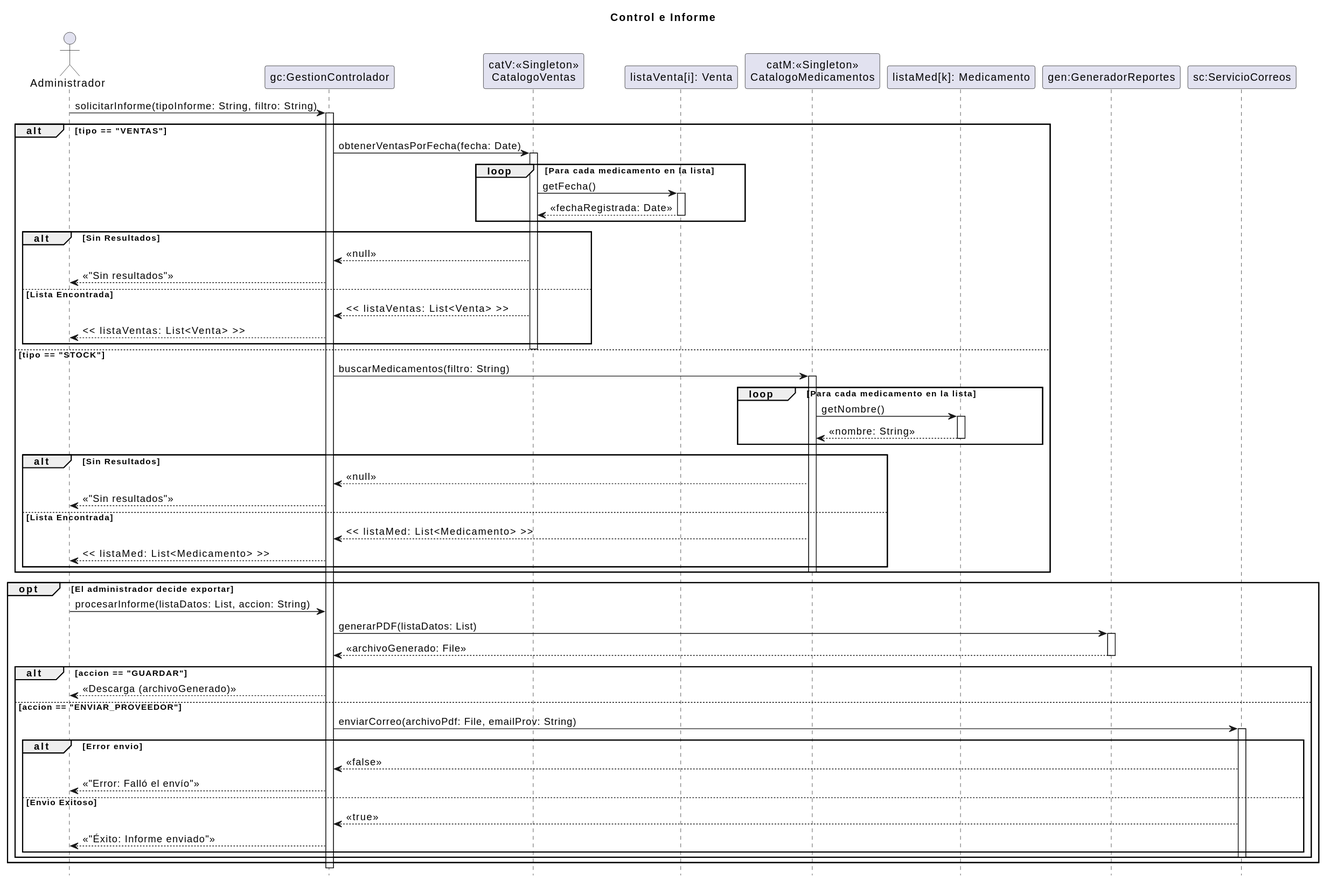
zEzequR/PF-I keeps this PlantUML diagram as 08 - Diagramas de Secuencia de Diseño/Control e Informe/CONTROL_E_INFORME.svg. Above is the earlier version.
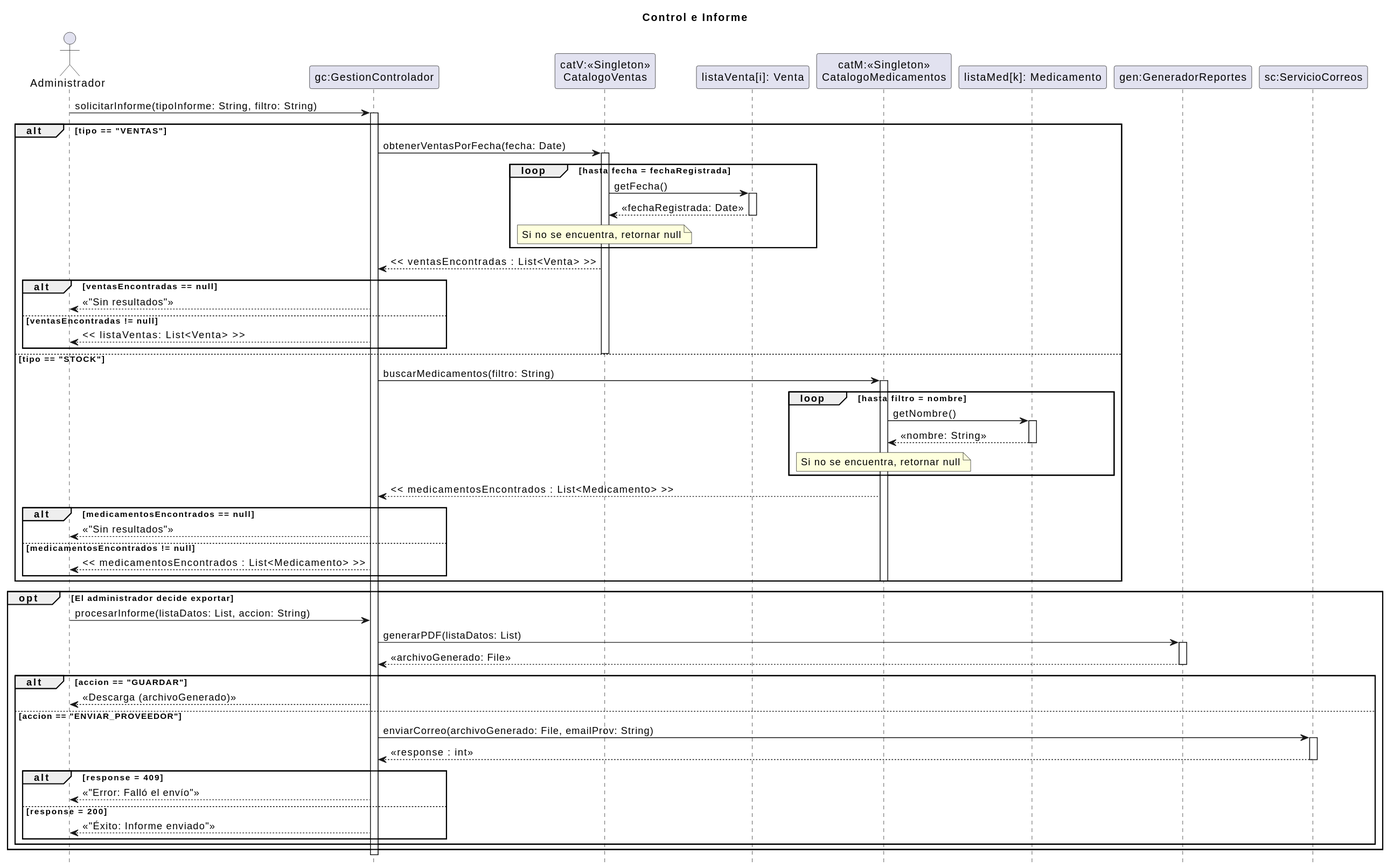
After the change.

Change to the diagram source:
```diff
@@ -19,18 +19,17 @@
     ctrl -> cat_ventas : obtenerVentasPorFecha(fecha: Date)
     activate cat_ventas
 
-    loop Para cada medicamento en la lista
+    loop hasta fecha = fechaRegistrada
         cat_ventas -> venta : getFecha()
         activate venta
         venta --> cat_ventas : << fechaRegistrada: Date >>
         deactivate venta
+        note over of cat_ventas: Si no se encuentra, retornar null
     end
-
-    alt Sin Resultados
-        cat_ventas --> ctrl : << null >>
+    cat_ventas --> ctrl : << ventasEncontradas : List<Venta> >>
+    alt ventasEncontradas == null
         ctrl --> admin : << "Sin resultados" >>
-    else Lista Encontrada
-        cat_ventas --> ctrl : << listaVentas: List<Venta> >>
+    else ventasEncontradas != null
         ctrl --> admin : << listaVentas: List<Venta> >>
     end
     deactivate cat_ventas
@@ -39,19 +38,20 @@
     ctrl -> cat_med : buscarMedicamentos(filtro: String)
     activate cat_med
 
-    loop Para cada medicamento en la lista
+    loop hasta filtro = nombre
         cat_med -> med : getNombre()
         activate med
         med --> cat_med : << nombre: String >>
         deactivate med
+        note over of cat_med: Si no se encuentra, retornar null
     end
 
-    alt Sin Resultados
-        cat_med --> ctrl : << null >>
+    cat_med --> ctrl : << medicamentosEncontrados : List<Medicamento> >>
+
+    alt medicamentosEncontrados == null
         ctrl --> admin : << "Sin resultados" >>
-    else Lista Encontrada
-        cat_med --> ctrl : << listaMed: List<Medicamento> >>
-        ctrl --> admin : << listaMed: List<Medicamento> >>
+    else medicamentosEncontrados != null
+        ctrl --> admin : << medicamentosEncontrados : List<Medicamento> >>
     end
     deactivate cat_med
 end
@@ -68,17 +68,17 @@
         ctrl --> admin : << Descarga (archivoGenerado) >>
 
     else accion == "ENVIAR_PROVEEDOR"
-        ctrl -> srv_mail : enviarCorreo(archivoPdf: File, emailProv: String)
+        ctrl -> srv_mail : enviarCorreo(archivoGenerado: File, emailProv: String)
         activate srv_mail
+        srv_mail --> ctrl : << response :  int >>
+        deactivate srv_mail
 
-        alt Error envio
-            srv_mail --> ctrl : << false >>
+        alt response = 409
             ctrl --> admin : << "Error: Falló el envío" >>
-        else Envio Exitoso
-            srv_mail --> ctrl : << true >>
+        else response = 200
             ctrl --> admin : << "Éxito: Informe enviado" >>
         end
-        deactivate srv_mail
+
     end
 end
 
```
